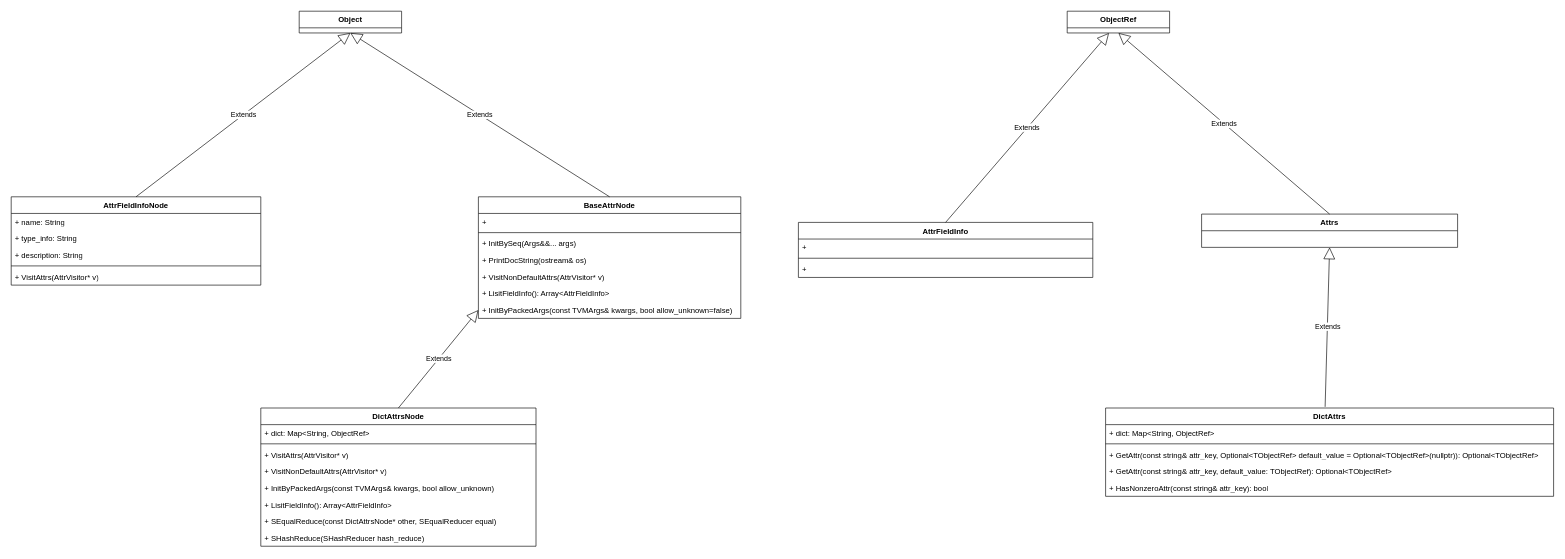
The draw.io diagram page "attrs" (4 of 12) of ir.drawio in gdhzyz/draws, before the edit. Source tidied: cells renumbered, new cells numbered last; positions are measured from the earlier drawing's top-left corner, leaving out a move shared by most shapes. Both pictures are drawn from the tidied source at 64%, with x=0, y=0 at pixel (11, 11).
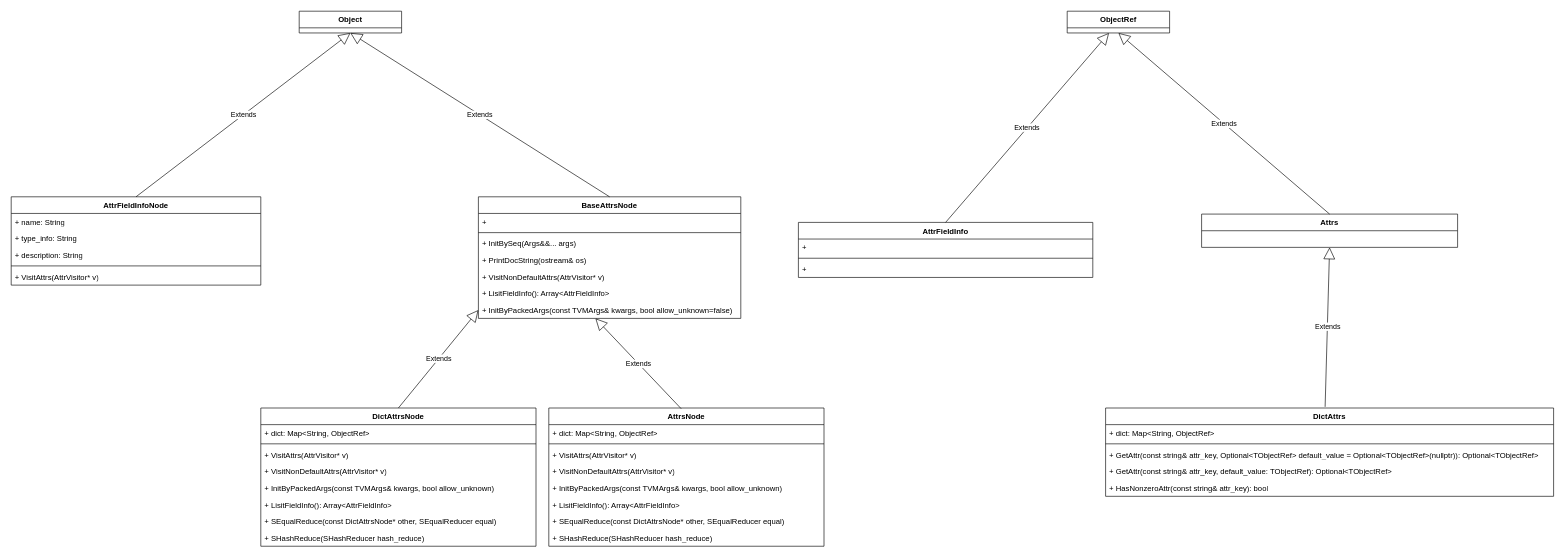
The same diagram, later.

Unchanged cells that the change refers to:
```xml
<mxCell id="10" value="+ InitByPackedArgs(const TVMArgs&amp;amp; kwargs, bool allow_unknown=false)" style="text;strokeColor=none;fillColor=none;align=left;verticalAlign=top;spacingLeft=4;spacingRight=4;overflow=hidden;points=[[0,0.5],[1,0.5]];portConstraint=eastwest;whiteSpace=wrap;html=1;" parent="3" vertex="1">
  <mxGeometry y="164" width="410" height="26" as="geometry" />
</mxCell>
```

The edit, as a diff of the source:
```diff
@@
-    <mxCell id="3" value="BaseAttrNode" style="swimlane;fontStyle=1;align=center;verticalAlign=top;horizontal=1;startSize=26;whiteSpace=wrap;html=1;" parent="1" vertex="1">
+    <mxCell id="3" value="BaseAttrsNode" style="swimlane;fontStyle=1;align=center;verticalAlign=top;horizontal=1;startSize=26;whiteSpace=wrap;html=1;" parent="1" vertex="1">
       <mxGeometry x="730" y="290" width="410" height="190" as="geometry" />
     </mxCell>
@@
+    <mxCell id="44" value="AttrsNode" style="swimlane;fontStyle=1;align=center;verticalAlign=top;horizontal=1;startSize=26;whiteSpace=wrap;html=1;" parent="1" vertex="1">
+      <mxGeometry x="840" y="620" width="430" height="216" as="geometry" />
+    </mxCell>
+    <mxCell id="45" value="+ dict: Map&amp;lt;String, ObjectRef&amp;gt;" style="text;strokeColor=none;fillColor=none;align=left;verticalAlign=top;spacingLeft=4;spacingRight=4;overflow=hidden;whiteSpace=wrap;html=1;" parent="44" vertex="1">
+      <mxGeometry y="26" width="430" height="26" as="geometry" />
+    </mxCell>
+    <mxCell id="46" style="line;strokeWidth=1;fillColor=none;align=left;verticalAlign=middle;spacingTop=-1;spacingLeft=3;spacingRight=3;labelPosition=right;strokeColor=inherit;" parent="44" vertex="1">
+      <mxGeometry y="52" width="430" height="8" as="geometry" />
+    </mxCell>
+    <mxCell id="47" value="+ VisitAttrs(AttrVisitor* v)" style="text;strokeColor=none;fillColor=none;align=left;verticalAlign=top;spacingLeft=4;spacingRight=4;overflow=hidden;whiteSpace=wrap;html=1;" parent="44" vertex="1">
+      <mxGeometry y="60" width="430" height="26" as="geometry" />
+    </mxCell>
+    <mxCell id="48" value="+ VisitNonDefaultAttrs(AttrVisitor* v)" style="text;strokeColor=none;fillColor=none;align=left;verticalAlign=top;spacingLeft=4;spacingRight=4;overflow=hidden;whiteSpace=wrap;html=1;" parent="44" vertex="1">
+      <mxGeometry y="86" width="430" height="26" as="geometry" />
+    </mxCell>
+    <mxCell id="49" value="+ InitByPackedArgs(const TVMArgs&amp;amp; kwargs, bool allow_unknown)" style="text;strokeColor=none;fillColor=none;align=left;verticalAlign=top;spacingLeft=4;spacingRight=4;overflow=hidden;whiteSpace=wrap;html=1;" parent="44" vertex="1">
+      <mxGeometry y="112" width="430" height="26" as="geometry" />
+    </mxCell>
+    <mxCell id="50" value="+ LisitFieldInfo(): Array&amp;lt;AttrFieldInfo&amp;gt;" style="text;strokeColor=none;fillColor=none;align=left;verticalAlign=top;spacingLeft=4;spacingRight=4;overflow=hidden;whiteSpace=wrap;html=1;" parent="44" vertex="1">
+      <mxGeometry y="138" width="430" height="26" as="geometry" />
+    </mxCell>
+    <mxCell id="51" value="+ SEqualReduce(const DictAttrsNode* other, SEqualReducer equal)" style="text;strokeColor=none;fillColor=none;align=left;verticalAlign=top;spacingLeft=4;spacingRight=4;overflow=hidden;whiteSpace=wrap;html=1;" parent="44" vertex="1">
+      <mxGeometry y="164" width="430" height="26" as="geometry" />
+    </mxCell>
+    <mxCell id="52" value="+ SHashReduce(SHashReducer hash_reduce)" style="text;strokeColor=none;fillColor=none;align=left;verticalAlign=top;spacingLeft=4;spacingRight=4;overflow=hidden;whiteSpace=wrap;html=1;" parent="44" vertex="1">
+      <mxGeometry y="190" width="430" height="26" as="geometry" />
+    </mxCell>
+    <mxCell id="53" value="Extends" style="endArrow=block;endSize=16;endFill=0;html=1;rounded=0;exitX=0.481;exitY=0.005;exitDx=0;exitDy=0;exitPerimeter=0;entryX=0.446;entryY=1;entryDx=0;entryDy=0;entryPerimeter=0;" parent="1" edge="1" source="44" target="10">
+      <mxGeometry relative="1" as="geometry" />
+    </mxCell>
```
